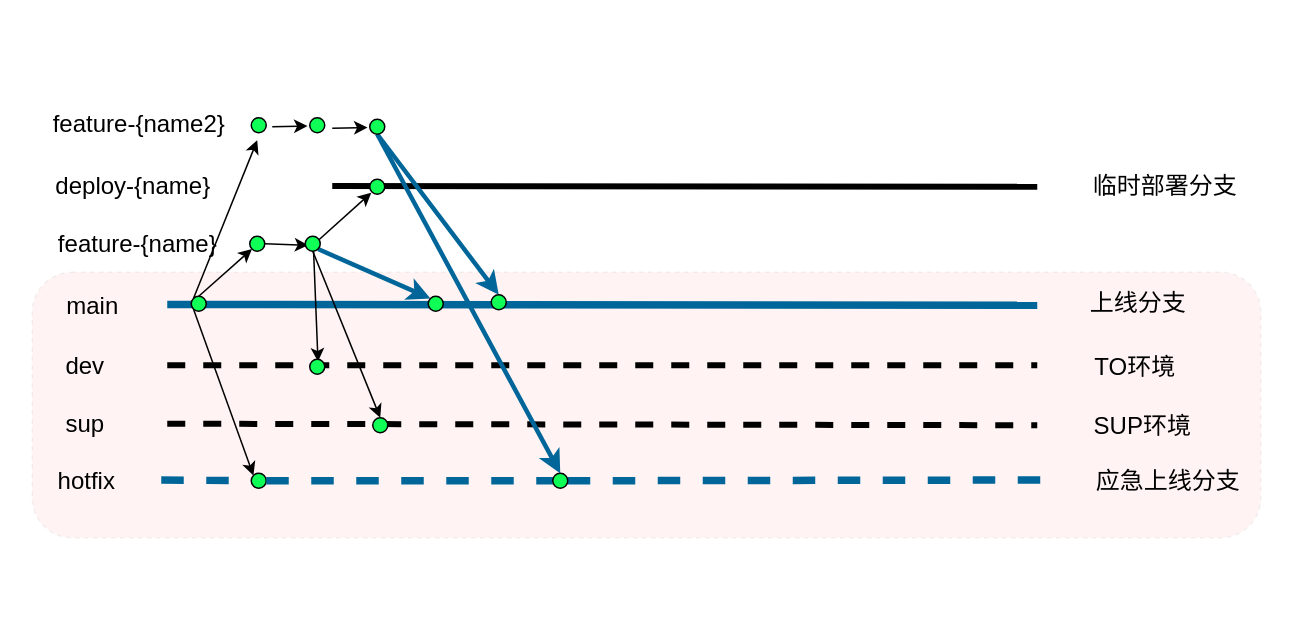
This is 未命名绘图.drawio from sesa732602/draw.io, a draw.io file, before an edit. Source tidied: cells renumbered, new cells numbered last; positions are measured from the earlier drawing's top-left corner, leaving out a move shared by most shapes. Both pictures are drawn from the tidied source at 150%, with x=0, y=0 at pixel (32, 100).
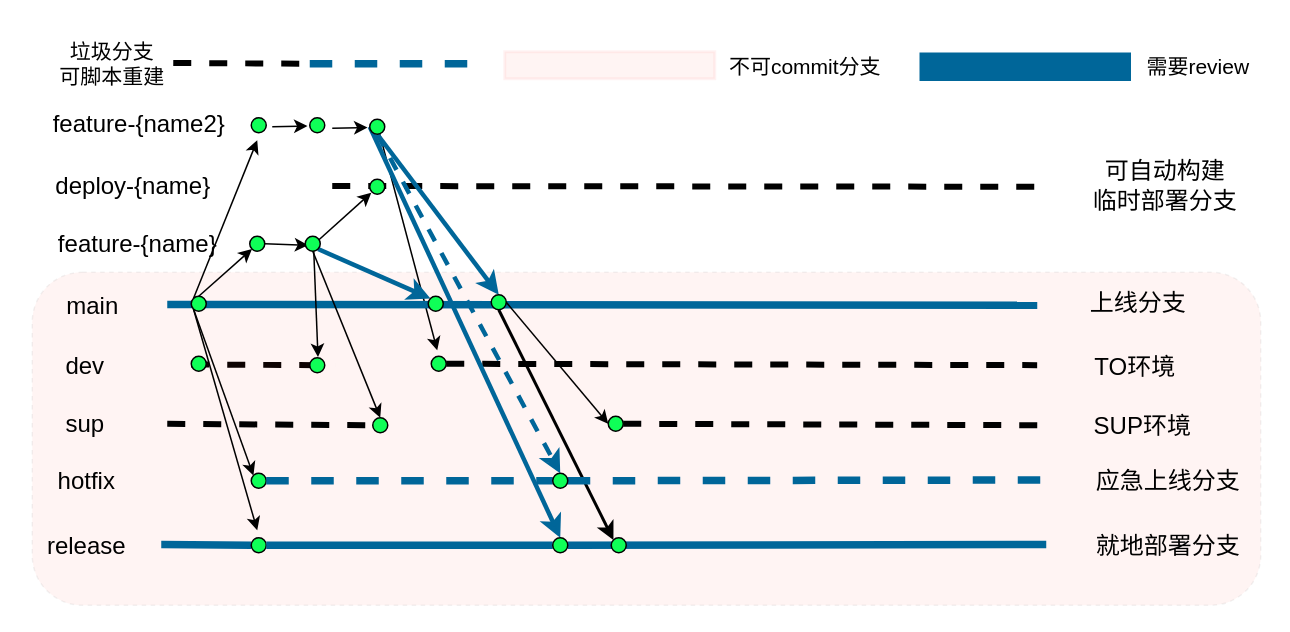
After the change.

Commit message:
更新未命名绘图.drawio

Unchanged cells that the change refers to:
```xml
<mxCell id="10" style="ellipse;whiteSpace=wrap;html=1;fillColor=#0FFF57;" parent="1" vertex="1">
  <mxGeometry x="106" y="130" width="10" height="10" as="geometry" />
</mxCell>
<mxCell id="30" style="ellipse;whiteSpace=wrap;html=1;fillColor=#0FFF57;" parent="1" vertex="1">
  <mxGeometry x="146" y="248" width="10" height="10" as="geometry" />
</mxCell>
<mxCell id="38" style="ellipse;whiteSpace=wrap;html=1;fillColor=#0FFF57;" parent="1" vertex="1">
  <mxGeometry x="225" y="12" width="10" height="10" as="geometry" />
</mxCell>
<mxCell id="39" style="ellipse;whiteSpace=wrap;html=1;fillColor=#0FFF57;" parent="1" vertex="1">
  <mxGeometry x="306" y="129" width="10" height="10" as="geometry" />
</mxCell>
<mxCell id="41" style="ellipse;whiteSpace=wrap;html=1;fillColor=#0FFF57;" parent="1" vertex="1">
  <mxGeometry x="347" y="248" width="10" height="10" as="geometry" />
</mxCell>
```

The edit, as a diff of the source:
```diff
@@
+    <mxCell id="47" style="endArrow=none;html=1;rounded=0;strokeWidth=4;dashed=1;" parent="1" edge="1">
+      <mxGeometry relative="1" as="geometry">
+        <mxPoint x="106" y="175.5" as="sourcePoint" />
+        <mxPoint x="202" y="176" as="targetPoint" />
+      </mxGeometry>
+    </mxCell>
     <mxCell id="2" style="rounded=1;whiteSpace=wrap;html=1;dashed=1;fillColor=#FF3414;opacity=5;" parent="1" vertex="1">
-      <mxGeometry y="114" width="819" height="177" as="geometry" />
+      <mxGeometry y="114" width="819" height="222" as="geometry" />
     </mxCell>
+    <mxCell id="48" style="rounded=0;jettySize=auto;html=1;exitX=0.5;exitY=1;exitDx=0;exitDy=0;strokeWidth=2;entryX=0;entryY=0;entryDx=0;entryDy=0;" parent="1" edge="1" source="39" target="65">
+      <mxGeometry relative="1" as="geometry" />
+    </mxCell>
+    <mxCell id="49" style="rounded=0;orthogonalLoop=1;jettySize=auto;html=1;exitX=0.5;exitY=0;exitDx=0;exitDy=0;" parent="1" edge="1">
+      <mxGeometry relative="1" as="geometry">
+        <mxPoint x="229" y="12" as="sourcePoint" />
+        <mxPoint x="270" y="166" as="targetPoint" />
+      </mxGeometry>
+    </mxCell>
-    <mxCell id="3" style="endArrow=none;html=1;rounded=0;strokeWidth=4;" parent="1" edge="1">
+    <mxCell id="3" style="endArrow=none;html=1;rounded=0;strokeWidth=4;dashed=1;" parent="1" edge="1">
       <mxGeometry relative="1" as="geometry">
         <mxPoint x="200" y="56.5" as="sourcePoint" />
         <mxPoint x="670" y="57" as="targetPoint" />
       </mxGeometry>
     </mxCell>
@@
+    <mxCell id="50" style="rounded=0;jettySize=auto;html=1;exitX=0;exitY=1;exitDx=0;exitDy=0;" parent="1" edge="1" source="10">
+      <mxGeometry relative="1" as="geometry">
+        <mxPoint x="150" y="286" as="targetPoint" />
+      </mxGeometry>
+    </mxCell>
@@
-    <mxCell id="14" style="endArrow=none;html=1;rounded=0;strokeWidth=4;dashed=1;" parent="1" edge="1">
-      <mxGeometry relative="1" as="geometry">
-        <mxPoint x="90" y="176" as="sourcePoint" />
-        <mxPoint x="670" y="176" as="targetPoint" />
-      </mxGeometry>
+    <mxCell id="14" style="endArrow=none;html=1;rounded=0;strokeWidth=4;dashed=1;entryX=0.818;entryY=0.279;entryDx=0;entryDy=0;entryPerimeter=0;exitX=1;exitY=0.5;exitDx=0;exitDy=0;" parent="1" edge="1" source="60" target="2">
+      <mxGeometry relative="1" as="geometry" />
     </mxCell>
@@
-    <mxCell id="16" style="endArrow=none;html=1;rounded=0;strokeWidth=4;dashed=1;" parent="1" edge="1">
+    <mxCell id="16" style="endArrow=none;html=1;rounded=0;strokeWidth=4;dashed=1;" parent="1" edge="1" source="62">
       <mxGeometry relative="1" as="geometry">
-        <mxPoint x="90" y="215" as="sourcePoint" />
         <mxPoint x="670" y="216" as="targetPoint" />
       </mxGeometry>
     </mxCell>
@@
     <mxCell id="18" style="rounded=0;orthogonalLoop=1;jettySize=auto;html=1;exitX=0;exitY=1;exitDx=0;exitDy=0;entryX=0;entryY=0;entryDx=0;entryDy=0;" parent="1" edge="1">
       <mxGeometry relative="1" as="geometry">
-        <mxPoint x="187.5" y="98.5" as="sourcePoint" />
-        <mxPoint x="190.5" y="173.5" as="targetPoint" />
+        <mxPoint x="187.5" y="95.5" as="sourcePoint" />
+        <mxPoint x="190.5" y="170.5" as="targetPoint" />
       </mxGeometry>
     </mxCell>
@@
     <mxCell id="22" style="ellipse;whiteSpace=wrap;html=1;fillColor=#0FFF57;" parent="1" vertex="1">
-      <mxGeometry x="185" y="172" width="10" height="10" as="geometry" />
+      <mxGeometry x="185" y="171" width="10" height="10" as="geometry" />
     </mxCell>
@@
-    <mxCell id="29" style="endArrow=none;html=1;rounded=0;strokeColor=#006699;strokeWidth=5;dashed=1;" parent="1" edge="1" target="30">
-      <mxGeometry relative="1" as="geometry">
-        <mxPoint x="86" y="252.5" as="sourcePoint" />
-      </mxGeometry>
-    </mxCell>
@@
-    <mxCell id="37" style="rounded=0;jettySize=auto;html=1;exitX=0.5;exitY=1;exitDx=0;exitDy=0;entryX=0.5;entryY=0;entryDx=0;entryDy=0;strokeWidth=3;strokeColor=#006699;" parent="1" edge="1" source="38" target="41">
+    <mxCell id="37" style="rounded=0;jettySize=auto;html=1;exitX=0.5;exitY=1;exitDx=0;exitDy=0;entryX=0.5;entryY=0;entryDx=0;entryDy=0;strokeWidth=3;strokeColor=#006699;dashed=1;" parent="1" edge="1" source="38" target="41">
       <mxGeometry relative="1" as="geometry" />
     </mxCell>
+    <mxCell id="51" style="rounded=0;jettySize=auto;html=1;exitX=0;exitY=0.5;exitDx=0;exitDy=0;entryX=0.5;entryY=0;entryDx=0;entryDy=0;strokeWidth=3;strokeColor=#006699;" parent="1" edge="1" source="38" target="58">
+      <mxGeometry relative="1" as="geometry" />
+    </mxCell>
@@
+    <mxCell id="52" style="rounded=0;jettySize=auto;html=1;exitX=1;exitY=0.5;exitDx=0;exitDy=0;entryX=0;entryY=0.5;entryDx=0;entryDy=0;" parent="1" edge="1" source="39" target="62">
+      <mxGeometry relative="1" as="geometry" />
+    </mxCell>
@@
-    <mxCell id="44" value="临时部署分支" style="text;html=1;align=center;verticalAlign=middle;strokeColor=none;fillColor=none;fontSize=16;" parent="1" vertex="1">
-      <mxGeometry x="695" y="41" width="120" height="30" as="geometry" />
+    <mxCell id="44" value="可自动构建&lt;div&gt;临时部署分支&lt;/div&gt;" style="text;html=1;align=center;verticalAlign=middle;strokeColor=none;fillColor=none;fontSize=16;" parent="1" vertex="1">
+      <mxGeometry x="695" y="31" width="120" height="50" as="geometry" />
     </mxCell>
@@
+    <mxCell id="53" style="endArrow=none;html=1;rounded=0;strokeColor=#006699;strokeWidth=5;" parent="1" edge="1" source="58">
+      <mxGeometry relative="1" as="geometry">
+        <mxPoint x="676" y="295.5" as="targetPoint" />
+      </mxGeometry>
+    </mxCell>
+    <mxCell id="54" value="release" style="text;html=1;align=center;verticalAlign=middle;strokeColor=none;fillColor=none;fontSize=16;" parent="1" vertex="1">
+      <mxGeometry x="-4" y="281" width="80" height="30" as="geometry" />
+    </mxCell>
+    <mxCell id="55" style="endArrow=none;html=1;rounded=0;strokeColor=#006699;strokeWidth=5;" parent="1" edge="1" target="56">
+      <mxGeometry relative="1" as="geometry">
+        <mxPoint x="86" y="295.5" as="sourcePoint" />
+      </mxGeometry>
+    </mxCell>
+    <mxCell id="56" style="ellipse;whiteSpace=wrap;html=1;fillColor=#0FFF57;" parent="1" vertex="1">
+      <mxGeometry x="146" y="291" width="10" height="10" as="geometry" />
+    </mxCell>
+    <mxCell id="57" style="endArrow=none;html=1;rounded=0;strokeColor=#006699;strokeWidth=5;" parent="1" edge="1" source="56" target="58">
+      <mxGeometry relative="1" as="geometry" />
+    </mxCell>
+    <mxCell id="58" style="ellipse;whiteSpace=wrap;html=1;fillColor=#0FFF57;" parent="1" vertex="1">
+      <mxGeometry x="347" y="291" width="10" height="10" as="geometry" />
+    </mxCell>
+    <mxCell id="59" value="就地部署分支" style="text;html=1;align=center;verticalAlign=middle;strokeColor=none;fillColor=none;fontSize=16;" parent="1" vertex="1">
+      <mxGeometry x="697" y="281" width="120" height="30" as="geometry" />
+    </mxCell>
+    <mxCell id="60" style="ellipse;whiteSpace=wrap;html=1;fillColor=#0FFF57;" parent="1" vertex="1">
+      <mxGeometry x="266" y="170" width="10" height="10" as="geometry" />
+    </mxCell>
+    <mxCell id="61" style="endArrow=none;html=1;rounded=0;strokeWidth=4;dashed=1;" parent="1" edge="1">
+      <mxGeometry relative="1" as="geometry">
+        <mxPoint x="90" y="215" as="sourcePoint" />
+        <mxPoint x="230" y="216" as="targetPoint" />
+      </mxGeometry>
+    </mxCell>
+    <mxCell id="62" style="ellipse;whiteSpace=wrap;html=1;fillColor=#0FFF57;" parent="1" vertex="1">
+      <mxGeometry x="384" y="210" width="10" height="10" as="geometry" />
+    </mxCell>
+    <mxCell id="63" style="ellipse;whiteSpace=wrap;html=1;fillColor=#0FFF57;" parent="1" vertex="1">
+      <mxGeometry x="106" y="170" width="10" height="10" as="geometry" />
+    </mxCell>
+    <mxCell id="64" value="&lt;font style=&quot;font-size: 14px;&quot;&gt;垃圾分支&lt;br&gt;可脚本重建&lt;/font&gt;" style="text;html=1;align=center;verticalAlign=middle;strokeColor=none;fillColor=none;" parent="1" vertex="1">
+      <mxGeometry x="8" y="-50" width="90" height="50" as="geometry" />
+    </mxCell>
+    <mxCell id="65" style="ellipse;whiteSpace=wrap;html=1;fillColor=#0FFF57;" parent="1" vertex="1">
+      <mxGeometry x="386" y="291" width="10" height="10" as="geometry" />
+    </mxCell>
+    <mxCell id="66" style="endArrow=none;html=1;rounded=0;strokeWidth=4;dashed=1;" parent="1" edge="1">
+      <mxGeometry relative="1" as="geometry">
+        <mxPoint x="94" y="-25.5" as="sourcePoint" />
+        <mxPoint x="190" y="-25" as="targetPoint" />
+      </mxGeometry>
+    </mxCell>
+    <mxCell id="67" style="endArrow=none;html=1;rounded=0;strokeColor=#006699;strokeWidth=5;dashed=1;" parent="1" edge="1">
+      <mxGeometry relative="1" as="geometry">
+        <mxPoint x="185" y="-25" as="sourcePoint" />
+        <mxPoint x="290" y="-25" as="targetPoint" />
+      </mxGeometry>
+    </mxCell>
+    <mxCell id="68" style="rounded=0;whiteSpace=wrap;html=1;strokeColor=#006699;fillColor=#006699;" parent="1" vertex="1">
+      <mxGeometry x="592" y="-32" width="140" height="18" as="geometry" />
+    </mxCell>
+    <mxCell id="69" value="&lt;span style=&quot;font-size: 14px;&quot;&gt;需要review&lt;/span&gt;" style="text;html=1;align=center;verticalAlign=middle;strokeColor=none;fillColor=none;" parent="1" vertex="1">
+      <mxGeometry x="732" y="-38" width="90" height="30" as="geometry" />
+    </mxCell>
+    <mxCell id="70" style="rounded=0;whiteSpace=wrap;html=1;strokeColor=#FF0000;fillColor=#FF3414;opacity=5;strokeWidth=2;" parent="1" vertex="1">
+      <mxGeometry x="315" y="-33" width="140" height="18" as="geometry" />
+    </mxCell>
+    <mxCell id="71" value="&lt;span style=&quot;font-size: 14px;&quot;&gt;不可commit分支&lt;/span&gt;" style="text;html=1;align=center;verticalAlign=middle;strokeColor=none;fillColor=none;" parent="1" vertex="1">
+      <mxGeometry x="455" y="-38" width="120" height="30" as="geometry" />
+    </mxCell>
```
